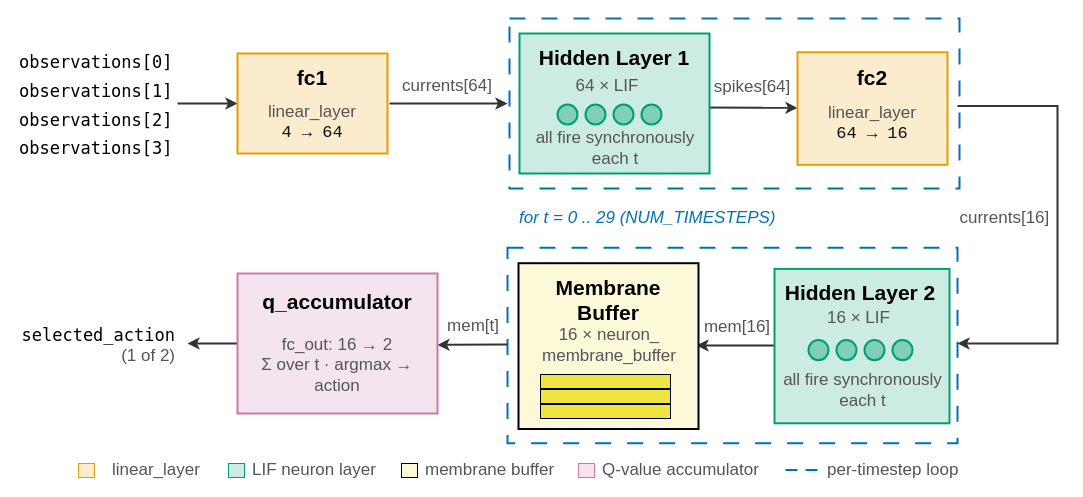
The draw.io diagram page "LIF-network-block" (1 of 4) of nn_diagrams.drawio in nkanderson/intrinsic-memory-SNNs, before the edit. Source tidied: cells renumbered, new cells numbered last; positions are measured from the earlier drawing's top-left corner, leaving out a move shared by most shapes. Both pictures are drawn from the tidied source at 100%, with x=0, y=0 at pixel (17, 18).
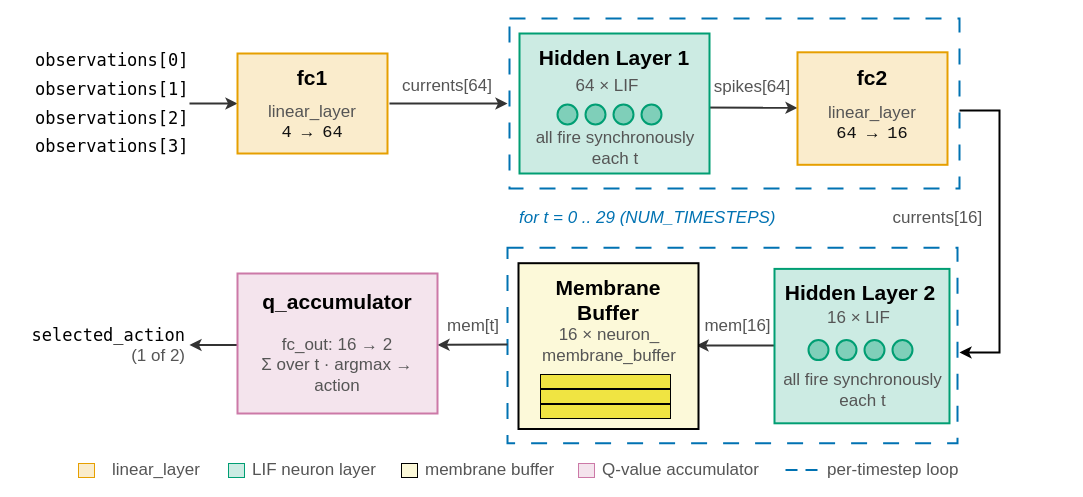
Above is the later version.

Change to the diagram source:
```diff
@@
     <mxCell id="5" style="endArrow=classic;html=1;rounded=0;strokeWidth=2;strokeColor=#333;" parent="1" edge="1">
       <mxGeometry relative="1" as="geometry">
-        <mxPoint x="310" y="325" as="sourcePoint" />
-        <mxPoint x="170" y="325" as="targetPoint" />
+        <mxPoint x="312" y="326.5" as="sourcePoint" />
+        <mxPoint x="172" y="326.5" as="targetPoint" />
       </mxGeometry>
     </mxCell>
@@
     <mxCell id="8" value="&lt;font style=&quot;font-size: 17px;&quot;&gt;observations[0]&lt;/font&gt;" style="text;html=1;whiteSpace=wrap;strokeColor=none;fillColor=none;align=left;verticalAlign=middle;rounded=0;fontFamily=monospace;fontSize=13;" parent="1" vertex="1">
-      <mxGeometry y="33.8" width="150" height="20" as="geometry" />
+      <mxGeometry x="16" y="31.9" width="150" height="20" as="geometry" />
     </mxCell>
     <mxCell id="9" value="&lt;font style=&quot;font-size: 17px;&quot;&gt;observations[1]&lt;/font&gt;" style="text;html=1;whiteSpace=wrap;strokeColor=none;fillColor=none;align=left;verticalAlign=middle;rounded=0;fontFamily=monospace;fontSize=13;" parent="1" vertex="1">
-      <mxGeometry y="63" width="150" height="20" as="geometry" />
+      <mxGeometry x="16" y="61.1" width="150" height="20" as="geometry" />
     </mxCell>
     <mxCell id="10" value="&lt;font style=&quot;font-size: 17px;&quot;&gt;observations[2]&lt;/font&gt;" style="text;html=1;whiteSpace=wrap;strokeColor=none;fillColor=none;align=left;verticalAlign=middle;rounded=0;fontFamily=monospace;fontSize=13;" parent="1" vertex="1">
-      <mxGeometry y="92" width="150" height="20" as="geometry" />
+      <mxGeometry x="16" y="90.1" width="150" height="20" as="geometry" />
     </mxCell>
     <mxCell id="11" value="&lt;font style=&quot;font-size: 17px;&quot;&gt;observations[3]&lt;/font&gt;" style="text;html=1;whiteSpace=wrap;strokeColor=none;fillColor=none;align=left;verticalAlign=middle;rounded=0;fontFamily=monospace;fontSize=13;" parent="1" vertex="1">
-      <mxGeometry y="120" width="150" height="20" as="geometry" />
+      <mxGeometry x="16" y="118.1" width="150" height="20" as="geometry" />
     </mxCell>
     <mxCell id="12" style="endArrow=classic;html=1;rounded=0;strokeWidth=2;strokeColor=#333;" parent="1" edge="1">
       <mxGeometry relative="1" as="geometry">
-        <mxPoint x="160" y="85" as="sourcePoint" />
+        <mxPoint x="172" y="85" as="sourcePoint" />
         <mxPoint x="220" y="85" as="targetPoint" />
       </mxGeometry>
     </mxCell>
@@
-    <mxCell id="30" style="endArrow=classic;html=1;rounded=0;strokeWidth=2;strokeColor=#333;" parent="1" edge="1">
-      <mxGeometry relative="1" as="geometry">
-        <mxPoint x="940" y="87.5" as="sourcePoint" />
-        <mxPoint x="940" y="325" as="targetPoint" />
-        <Array as="points">
-          <mxPoint x="1040" y="87.5" />
-          <mxPoint x="1040" y="325" />
-        </Array>
-      </mxGeometry>
-    </mxCell>
     <mxCell id="31" value="&lt;font style=&quot;font-size: 17px;&quot;&gt;currents[16]&amp;nbsp;&lt;/font&gt;" style="text;html=1;whiteSpace=wrap;strokeColor=none;fillColor=none;align=right;verticalAlign=middle;rounded=0;fontFamily=Helvetica;fontSize=11;fontColor=#555;" parent="1" vertex="1">
-      <mxGeometry x="929" y="190" width="110" height="20" as="geometry" />
+      <mxGeometry x="862" y="190" width="110" height="20" as="geometry" />
     </mxCell>
@@
-    <mxCell id="40" value="&lt;font style=&quot;font-size: 17px;&quot;&gt;mem[16]&lt;/font&gt;" style="text;html=1;whiteSpace=wrap;strokeColor=none;fillColor=none;align=center;verticalAlign=middle;rounded=0;fontFamily=Helvetica;fontSize=11;fontColor=#555;" parent="1" vertex="1">
-      <mxGeometry x="689" y="299" width="62" height="20" as="geometry" />
-    </mxCell>
@@
     <mxCell id="52" value="&lt;font style=&quot;font-size: 17px;&quot;&gt;selected_action&lt;br&gt;&lt;span style=&quot;font-family: Helvetica; color: rgb(85, 85, 85);&quot;&gt;(1 of 2)&lt;/span&gt;&lt;/font&gt;" style="text;html=1;whiteSpace=wrap;strokeColor=none;fillColor=none;align=right;verticalAlign=middle;rounded=0;fontFamily=monospace;fontSize=13;" parent="1" vertex="1">
-      <mxGeometry y="307" width="160" height="40" as="geometry" />
+      <mxGeometry x="10" y="307" width="160" height="40" as="geometry" />
     </mxCell>
@@
+    <mxCell id="63" style="endArrow=classic;html=1;rounded=0;strokeWidth=2;" parent="1" edge="1">
+      <mxGeometry relative="1" as="geometry">
+        <mxPoint x="942" y="92" as="sourcePoint" />
+        <mxPoint x="942" y="334" as="targetPoint" />
+        <Array as="points">
+          <mxPoint x="982" y="92" />
+          <mxPoint x="982" y="334" />
+        </Array>
+      </mxGeometry>
+    </mxCell>
+    <mxCell id="40" value="&lt;font style=&quot;font-size: 17px;&quot;&gt;mem[16]&lt;/font&gt;" style="text;html=1;whiteSpace=wrap;strokeColor=none;fillColor=none;align=center;verticalAlign=middle;rounded=0;fontFamily=Helvetica;fontSize=11;fontColor=#555;" parent="1" vertex="1">
+      <mxGeometry x="684" y="298.4" width="73" height="20" as="geometry" />
+    </mxCell>
```
